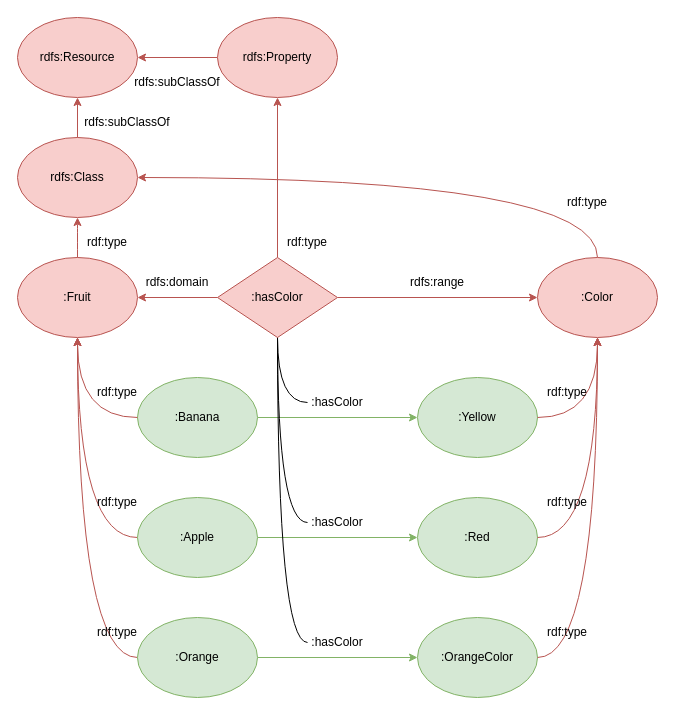
Before: page "Page-9" (9 of 9) of A Notebook on Probability, Statistics and Data Science/chapters/ch-semanticwebarchitecture/figures/figures.drawio in sunluelectric/notebooks, a draw.io diagram. Source tidied: cells renumbered, new cells numbered last; positions are measured from the earlier drawing's top-left corner, leaving out a move shared by most shapes. Both pictures are drawn from the tidied source at 100%, with x=0, y=0 at pixel (17, 17).
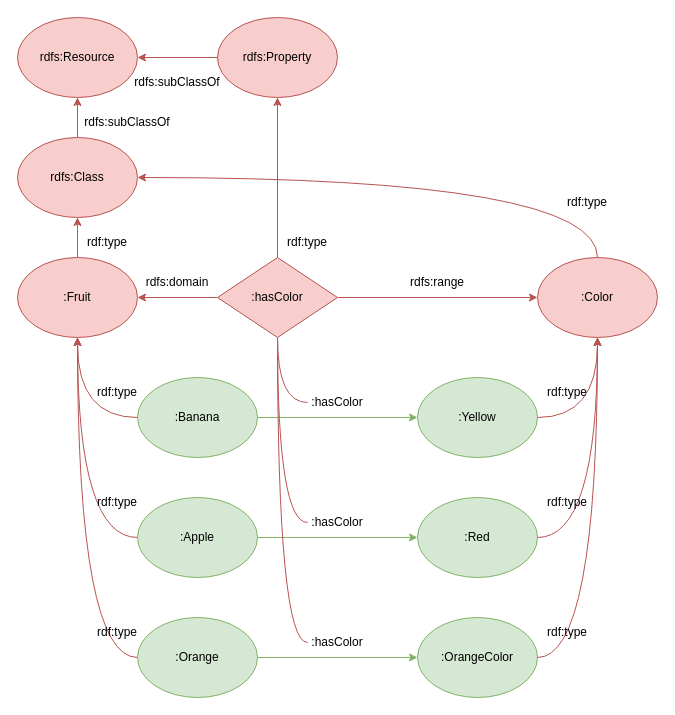
Above is the later version.

Unchanged cells that the change refers to:
```xml
<mxCell id="5" value=":hasColor" style="text;html=1;align=center;verticalAlign=middle;whiteSpace=wrap;rounded=0;" parent="1" vertex="1">
  <mxGeometry x="290" y="370" width="60" height="30" as="geometry" />
</mxCell>
<mxCell id="21" value=":hasColor" style="text;html=1;align=center;verticalAlign=middle;whiteSpace=wrap;rounded=0;" parent="1" vertex="1">
  <mxGeometry x="290" y="490" width="60" height="30" as="geometry" />
</mxCell>
<mxCell id="25" value=":hasColor" style="text;html=1;align=center;verticalAlign=middle;whiteSpace=wrap;rounded=0;" parent="1" vertex="1">
  <mxGeometry x="290" y="610" width="60" height="30" as="geometry" />
</mxCell>
<mxCell id="35" value=":hasColor" style="rhombus;whiteSpace=wrap;html=1;fillColor=#f8cecc;strokeColor=#b85450;" parent="1" vertex="1">
  <mxGeometry x="200" y="240" width="120" height="80" as="geometry" />
</mxCell>
```

What changed in the source:
```diff
@@
-    <mxCell id="30" style="edgeStyle=orthogonalEdgeStyle;rounded=0;jettySize=auto;html=1;entryX=0;entryY=0.5;entryDx=0;entryDy=0;curved=1;endArrow=none;endFill=0;" parent="1" edge="1" source="35" target="5">
+    <mxCell id="30" style="edgeStyle=orthogonalEdgeStyle;rounded=0;jettySize=auto;html=1;entryX=0;entryY=0.5;entryDx=0;entryDy=0;curved=1;endArrow=none;endFill=0;strokeColor=#B85450;fillColor=#f8cecc;" parent="1" edge="1" source="35" target="5">
       <mxGeometry relative="1" as="geometry" />
     </mxCell>
-    <mxCell id="31" style="edgeStyle=orthogonalEdgeStyle;rounded=0;jettySize=auto;html=1;entryX=0;entryY=0.5;entryDx=0;entryDy=0;curved=1;endArrow=none;endFill=0;" parent="1" edge="1" source="35" target="21">
+    <mxCell id="31" style="edgeStyle=orthogonalEdgeStyle;rounded=0;jettySize=auto;html=1;entryX=0;entryY=0.5;entryDx=0;entryDy=0;curved=1;endArrow=none;endFill=0;strokeColor=#B85450;" parent="1" edge="1" source="35" target="21">
       <mxGeometry relative="1" as="geometry" />
     </mxCell>
-    <mxCell id="32" style="edgeStyle=orthogonalEdgeStyle;rounded=0;jettySize=auto;html=1;exitX=0.5;exitY=1;exitDx=0;exitDy=0;entryX=0;entryY=0.5;entryDx=0;entryDy=0;curved=1;endArrow=none;endFill=0;" parent="1" edge="1" source="35" target="25">
+    <mxCell id="32" style="edgeStyle=orthogonalEdgeStyle;rounded=0;jettySize=auto;html=1;exitX=0.5;exitY=1;exitDx=0;exitDy=0;entryX=0;entryY=0.5;entryDx=0;entryDy=0;curved=1;endArrow=none;endFill=0;strokeColor=#B85450;" parent="1" edge="1" source="35" target="25">
       <mxGeometry relative="1" as="geometry" />
     </mxCell>
```
